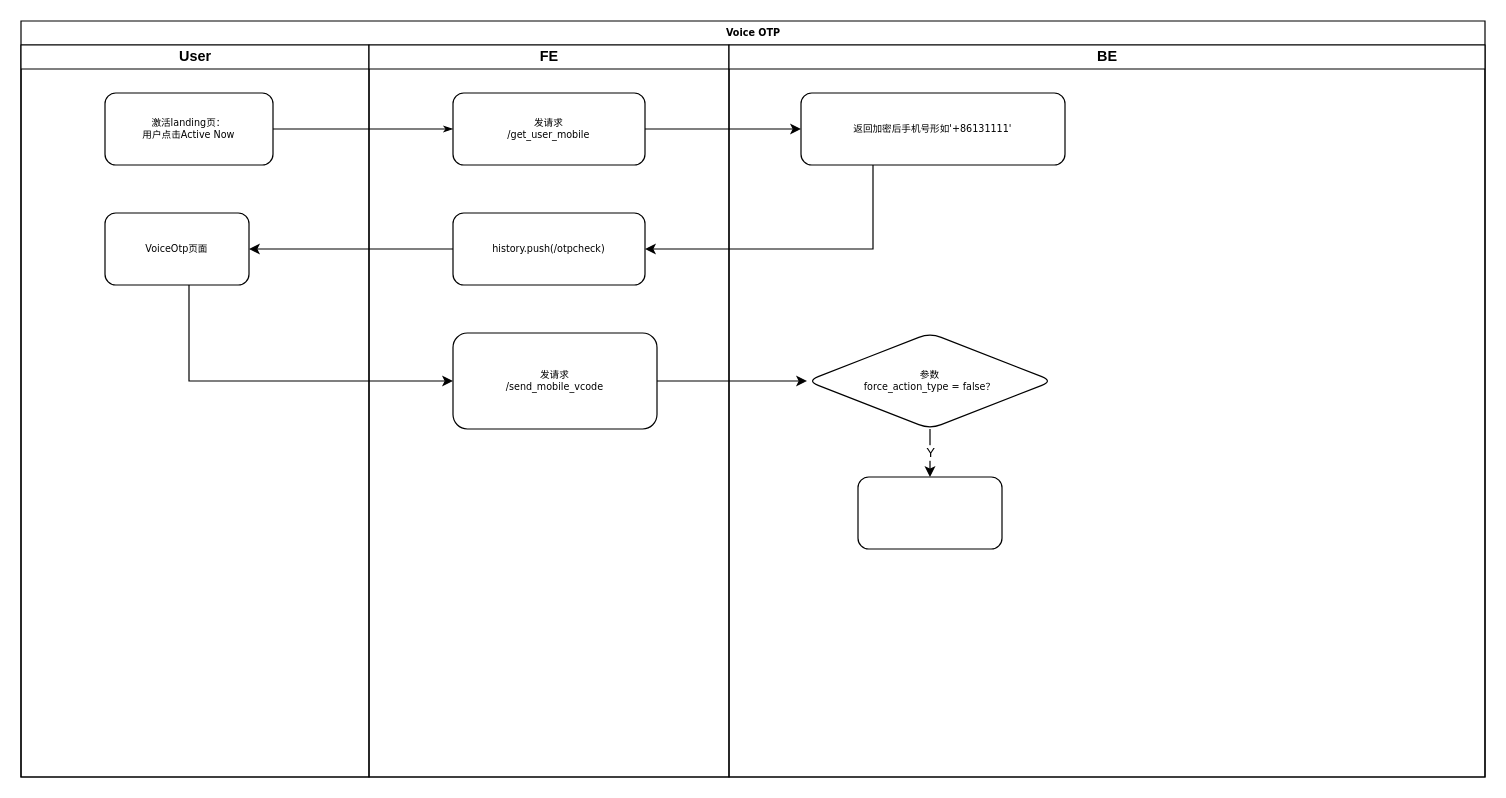
landiy/drawio-repo keeps this draw.io diagram as voiceOTP.drawio. Above is the earlier version. Source tidied: cells renumbered, new cells numbered last; positions are measured from the earlier drawing's top-left corner, leaving out a move shared by most shapes. Both pictures are drawn from the tidied source at 120%, with x=0, y=0 at pixel (20, 20).
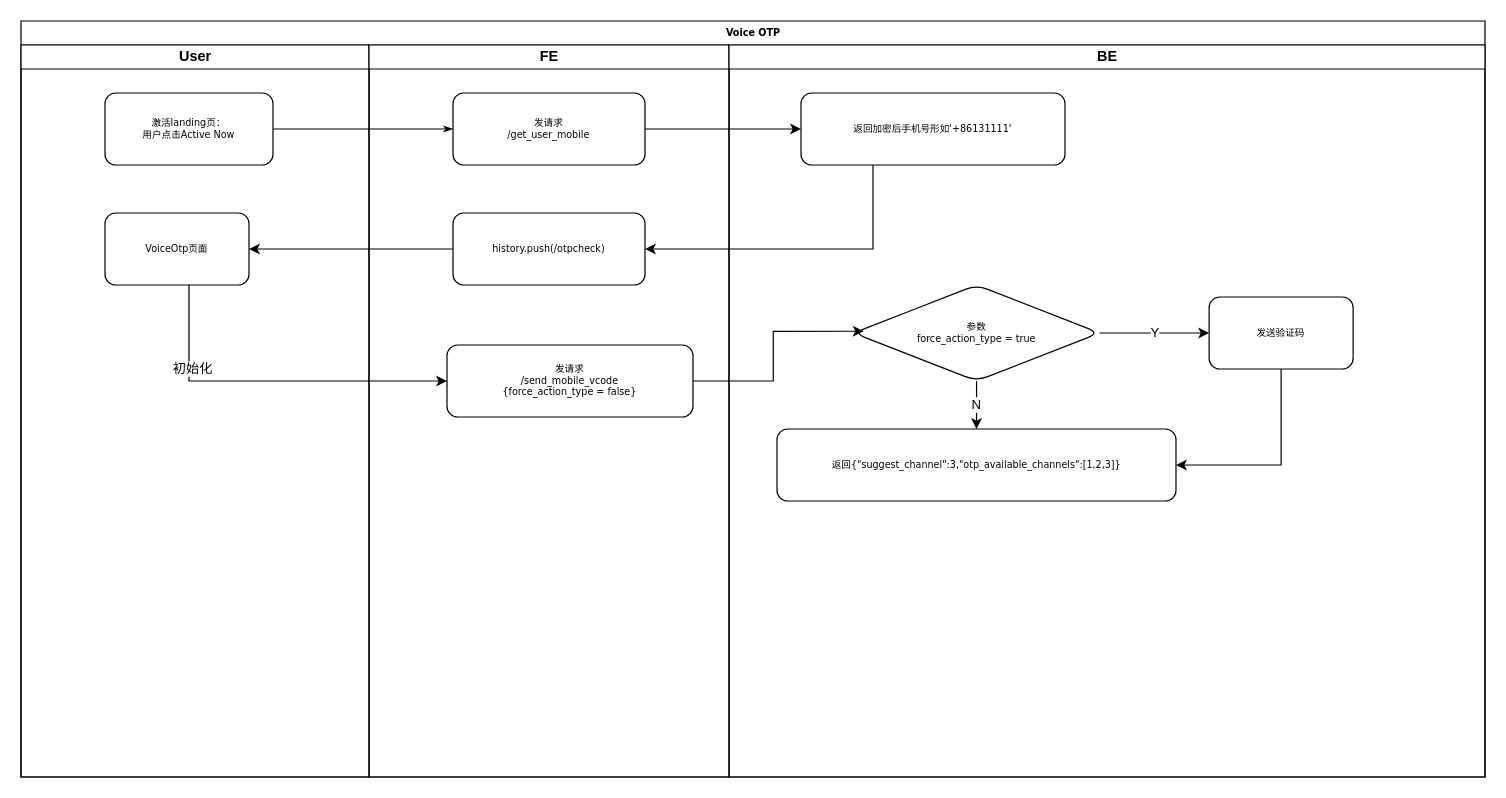
The same diagram, later.

Unchanged cells that the change refers to:
```xml
<mxCell id="2" value="Voice OTP" style="swimlane;html=1;startSize=20;rounded=0;shadow=0;labelBackgroundColor=none;strokeWidth=1;fontFamily=Verdana;fontSize=8;align=center;" parent="1" vertex="1">
  <mxGeometry width="1220" height="630" as="geometry" />
</mxCell>
<mxCell id="4" value="VoiceOtp页面" style="whiteSpace=wrap;html=1;rounded=1;shadow=0;fontFamily=Verdana;fontSize=8;strokeWidth=1;" parent="3" vertex="1">
  <mxGeometry x="70" y="140" width="120" height="60" as="geometry" />
</mxCell>
<mxCell id="7" value="FE" style="swimlane;html=1;startSize=20;" parent="2" vertex="1">
  <mxGeometry x="290" y="20" width="300" height="610" as="geometry" />
</mxCell>
<mxCell id="11" value="BE" style="swimlane;html=1;startSize=20;" parent="2" vertex="1">
  <mxGeometry x="590" y="20" width="630" height="610" as="geometry" />
</mxCell>
```

Change to the diagram source:
```diff
@@
-    <mxCell id="10" value="发请求&lt;br&gt;/send_mobile_vcode" style="whiteSpace=wrap;html=1;rounded=1;shadow=0;fontFamily=Verdana;fontSize=8;strokeWidth=1;" parent="7" vertex="1">
-      <mxGeometry x="70" y="240" width="170" height="80" as="geometry" />
+    <mxCell id="10" value="发请求&lt;br&gt;/send_mobile_vcode&lt;br&gt;{force_action_type = false}" style="whiteSpace=wrap;html=1;rounded=1;shadow=0;fontFamily=Verdana;fontSize=8;strokeWidth=1;" parent="7" vertex="1">
+      <mxGeometry x="65" y="250" width="205" height="60" as="geometry" />
     </mxCell>
@@
+    <mxCell id="13" value="&lt;span&gt;返回加密后手机号形如'+86131111'&lt;/span&gt;" style="whiteSpace=wrap;html=1;rounded=1;shadow=0;fontFamily=Verdana;fontSize=8;strokeWidth=1;" parent="11" vertex="1">
+      <mxGeometry x="60" y="40" width="220" height="60" as="geometry" />
+    </mxCell>
+    <mxCell id="15" value="N" style="edgeStyle=orthogonalEdgeStyle;rounded=0;jettySize=auto;html=1;" parent="11" edge="1" source="14" target="12">
+      <mxGeometry relative="1" as="geometry" />
+    </mxCell>
+    <mxCell id="21" value="Y" style="edgeStyle=orthogonalEdgeStyle;rounded=0;jettySize=auto;html=1;entryX=0;entryY=0.5;entryDx=0;entryDy=0;" parent="11" edge="1" source="14" target="23">
+      <mxGeometry relative="1" as="geometry" />
+    </mxCell>
+    <mxCell id="22" style="edgeStyle=orthogonalEdgeStyle;rounded=0;jettySize=auto;html=1;exitX=0.5;exitY=1;exitDx=0;exitDy=0;entryX=1;entryY=0.5;entryDx=0;entryDy=0;" parent="11" edge="1" source="23" target="12">
+      <mxGeometry relative="1" as="geometry">
+        <Array as="points">
+          <mxPoint x="460" y="350" />
+        </Array>
+      </mxGeometry>
+    </mxCell>
+    <mxCell id="14" value="&lt;span&gt;参数&lt;br&gt;force_action_type = true&lt;/span&gt;" style="rhombus;whiteSpace=wrap;html=1;rounded=1;shadow=0;fontFamily=Verdana;fontSize=8;strokeWidth=1;" parent="11" vertex="1">
+      <mxGeometry x="103.8" y="200" width="205" height="80" as="geometry" />
+    </mxCell>
-    <mxCell id="12" style="whiteSpace=wrap;html=1;rounded=1;shadow=0;fontFamily=Verdana;fontSize=8;strokeWidth=1;" parent="11" vertex="1">
-      <mxGeometry x="107.5" y="360" width="120" height="60" as="geometry" />
+    <mxCell id="12" value="返回{&quot;suggest_channel&quot;:3,&quot;otp_available_channels&quot;:[1,2,3]}" style="whiteSpace=wrap;html=1;rounded=1;shadow=0;fontFamily=Verdana;fontSize=8;strokeWidth=1;" parent="11" vertex="1">
+      <mxGeometry x="40" y="320" width="332.5" height="60" as="geometry" />
     </mxCell>
-    <mxCell id="13" value="&lt;span&gt;返回加密后手机号形如'+86131111'&lt;/span&gt;" style="whiteSpace=wrap;html=1;rounded=1;shadow=0;fontFamily=Verdana;fontSize=8;strokeWidth=1;" parent="11" vertex="1">
-      <mxGeometry x="60" y="40" width="220" height="60" as="geometry" />
-    </mxCell>
-    <mxCell id="14" value="&lt;span&gt;参数&lt;br&gt;force_action_type = false？&lt;/span&gt;" style="rhombus;whiteSpace=wrap;html=1;rounded=1;shadow=0;fontFamily=Verdana;fontSize=8;strokeWidth=1;" parent="11" vertex="1">
-      <mxGeometry x="65" y="240" width="205" height="80" as="geometry" />
-    </mxCell>
-    <mxCell id="15" value="Y" style="edgeStyle=orthogonalEdgeStyle;rounded=0;jettySize=auto;html=1;" parent="11" edge="1" source="14" target="12">
-      <mxGeometry relative="1" as="geometry" />
-    </mxCell>
+    <mxCell id="23" value="发送验证码" style="whiteSpace=wrap;html=1;rounded=1;shadow=0;fontFamily=Verdana;fontSize=8;strokeWidth=1;" parent="11" vertex="1">
+      <mxGeometry x="400.1" y="210" width="120" height="60" as="geometry" />
+    </mxCell>
@@
-    <mxCell id="19" style="edgeStyle=orthogonalEdgeStyle;rounded=0;jettySize=auto;html=1;" parent="2" edge="1" source="4" target="10">
+    <mxCell id="19" style="edgeStyle=orthogonalEdgeStyle;rounded=0;jettySize=auto;html=1;entryX=0;entryY=0.5;entryDx=0;entryDy=0;" parent="2" edge="1" source="4" target="10">
       <mxGeometry relative="1" as="geometry">
         <Array as="points">
           <mxPoint x="140" y="300" />
         </Array>
       </mxGeometry>
     </mxCell>
+    <mxCell id="24" value="初始化" style="edgeLabel;html=1;align=center;verticalAlign=middle;" parent="19" vertex="1">
+      <mxGeometry x="-0.53" y="2" relative="1" as="geometry" />
+    </mxCell>
-    <mxCell id="20" style="edgeStyle=orthogonalEdgeStyle;rounded=0;jettySize=auto;html=1;" parent="2" edge="1" source="10" target="14">
+    <mxCell id="20" style="edgeStyle=orthogonalEdgeStyle;rounded=0;jettySize=auto;html=1;entryX=0.041;entryY=0.482;entryDx=0;entryDy=0;entryPerimeter=0;" parent="2" edge="1" source="10" target="14">
       <mxGeometry relative="1" as="geometry" />
     </mxCell>
```
